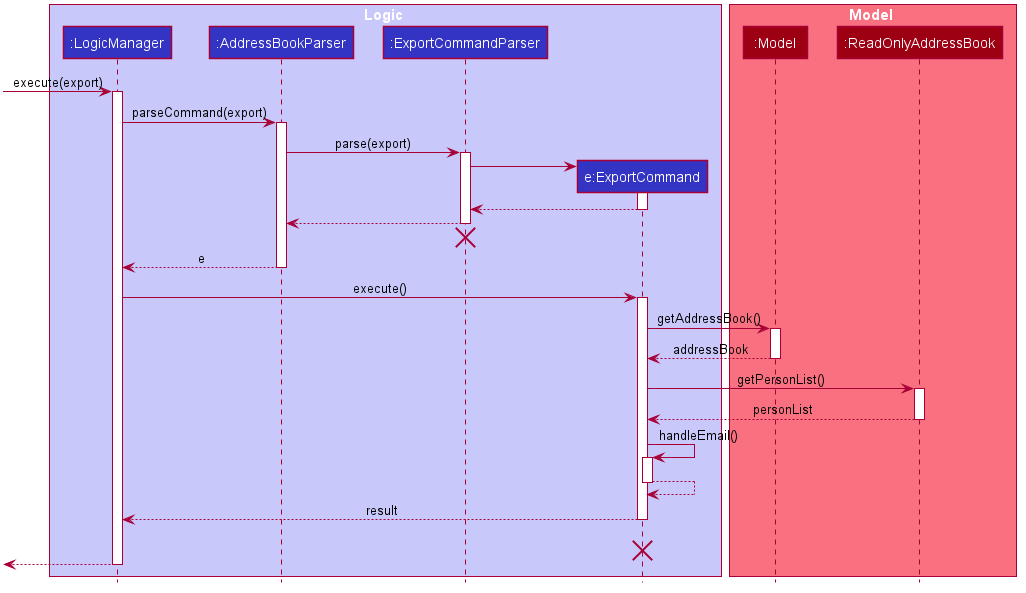
The PlantUML diagram docs/images/ExportSequenceDiagram.png in yanchenglee98/tp, before a commit.
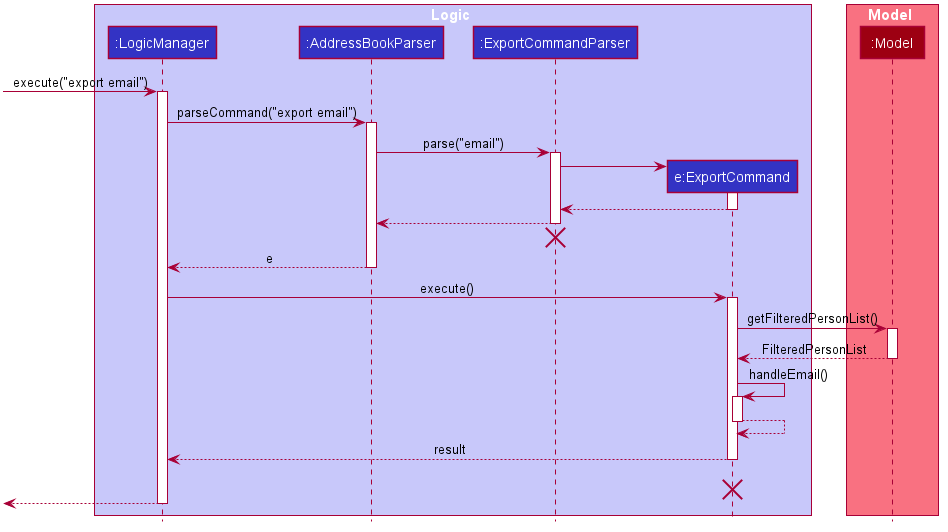
Later version of the same file.

Diff of the diagram source:
```diff
@@ -57,15 +57,14 @@
 
 box Model #F97181
 participant ":Model" as Model #9D0012
-participant ":ReadOnlyAddressBook" as ReadOnlyAddressBook #9D0012
 end box
-[-> LogicManager : execute(export)
+[-> LogicManager : execute("export email")
 activate LogicManager
 
-LogicManager -> AddressBookParser : parseCommand(export)
+LogicManager -> AddressBookParser : parseCommand("export email")
 activate AddressBookParser
 
-AddressBookParser -> ExportCommandParser : parse(export)
+AddressBookParser -> ExportCommandParser : parse("email")
 activate ExportCommandParser
 
 create ExportCommand
@@ -87,17 +86,11 @@
 LogicManager -> ExportCommand : execute()
 activate ExportCommand
 
-ExportCommand -> Model : getAddressBook()
+ExportCommand -> Model : getFilteredPersonList()
 activate Model
 
-Model --> ExportCommand : addressBook
+Model --> ExportCommand : FilteredPersonList
 deactivate Model
-
-ExportCommand -> ReadOnlyAddressBook: getPersonList()
-activate ReadOnlyAddressBook
-
-ReadOnlyAddressBook --> ExportCommand: personList
-deactivate ReadOnlyAddressBook
 
 ExportCommand -> ExportCommand: handleEmail()
 activate ExportCommand
```
